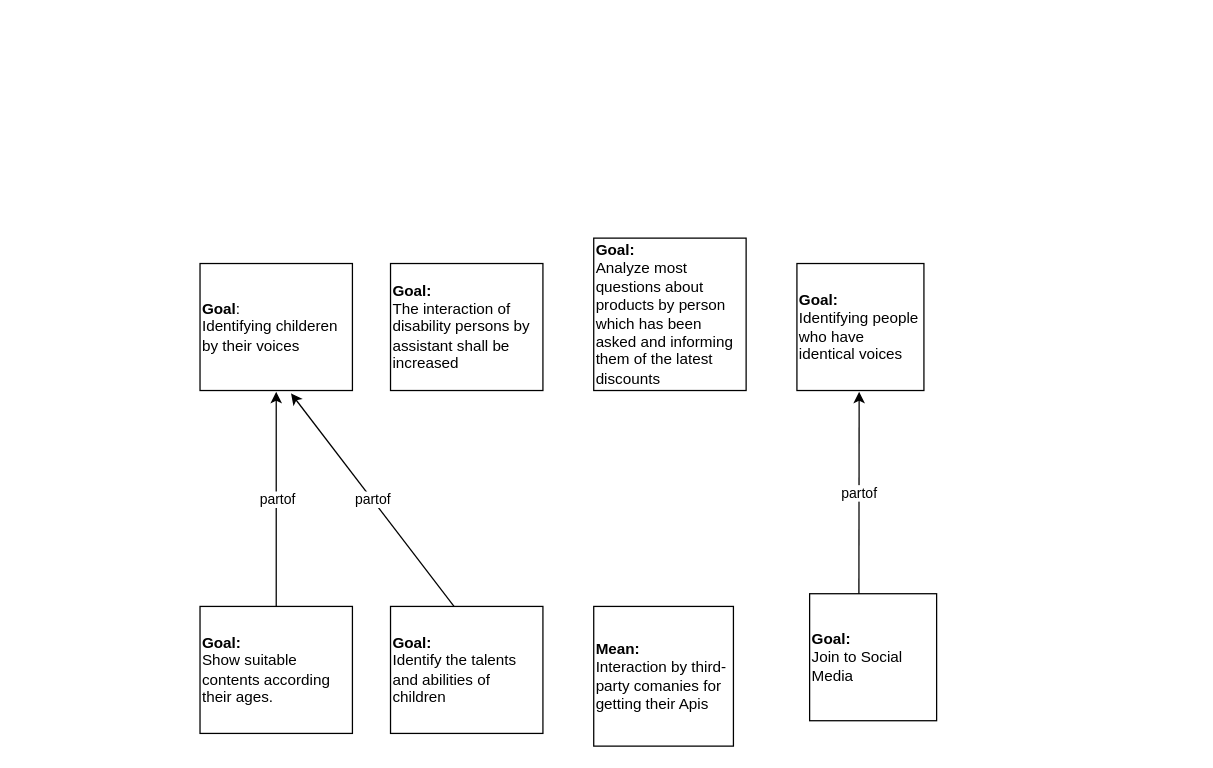
Earlier version of the draw.io diagram Untitled Diagram.drawio (fatemilg/ERP). Source tidied: cells renumbered, new cells numbered last; positions are measured from the earlier drawing's top-left corner, leaving out a move shared by most shapes. Both pictures are drawn from the tidied source at 127%, with x=0, y=0 at pixel (199, 237).
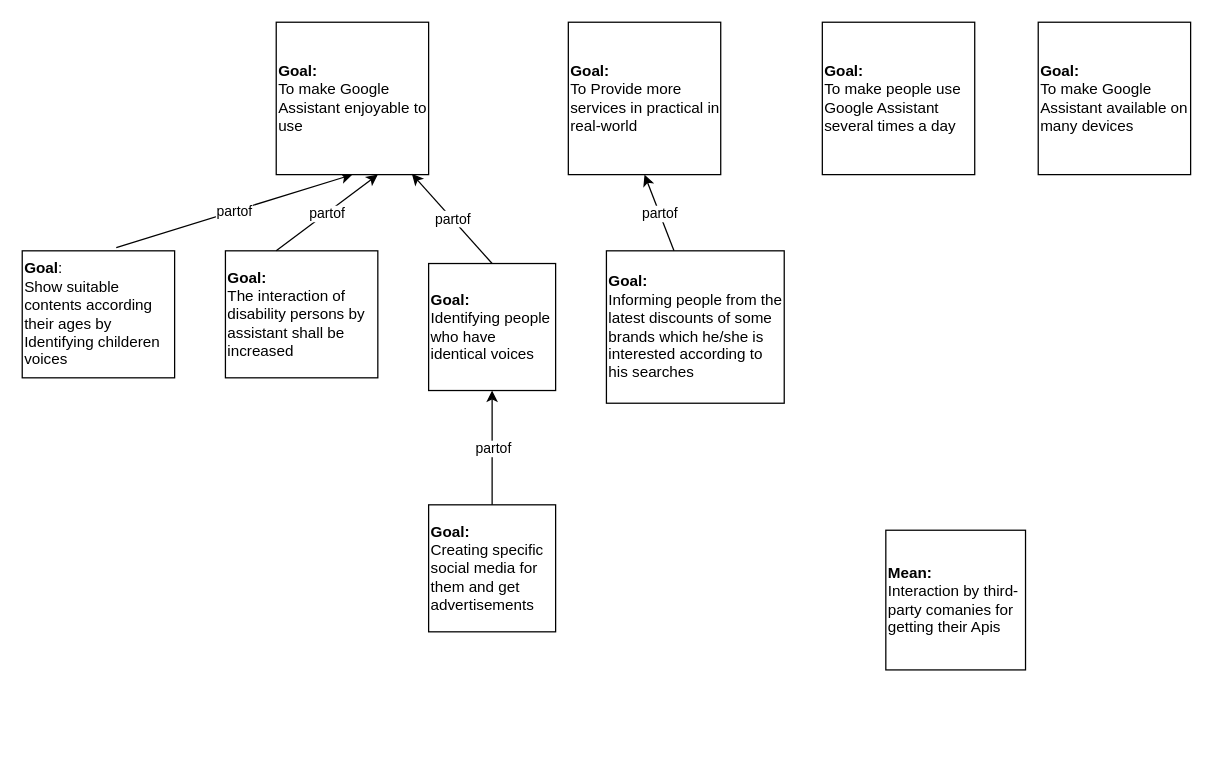
The same diagram, later.

Diff of the diagram source:
```diff
@@
-    <mxCell id="2" value="&lt;div&gt;&lt;b&gt;Goal&lt;/b&gt;:&lt;/div&gt;&lt;div&gt;&lt;span&gt;Identifying childeren by their voices&amp;nbsp;&lt;/span&gt;&lt;/div&gt;" style="rounded=0;whiteSpace=wrap;html=1;align=left;" parent="1" vertex="1">
-      <mxGeometry y="20" width="120" height="100" as="geometry" />
+    <mxCell id="2" value="&lt;div&gt;&lt;b&gt;Goal&lt;/b&gt;:&lt;/div&gt;Show suitable contents according their ages by&lt;div&gt;&lt;span&gt;Identifying childeren voices&amp;nbsp;&lt;/span&gt;&lt;/div&gt;" style="rounded=0;whiteSpace=wrap;html=1;align=left;" parent="1" vertex="1">
+      <mxGeometry x="-140" y="10" width="120" height="100" as="geometry" />
     </mxCell>
     <mxCell id="3" value="&lt;b&gt;Goal:&lt;/b&gt;&lt;br&gt;The interaction of disability persons by assistant shall be increased" style="rounded=0;whiteSpace=wrap;html=1;align=left;" parent="1" vertex="1">
-      <mxGeometry x="150" y="20" width="120" height="100" as="geometry" />
+      <mxGeometry x="20" y="10" width="120" height="100" as="geometry" />
     </mxCell>
-    <mxCell id="4" value="&lt;b&gt;Goal:&lt;br&gt;&lt;div&gt;&lt;span style=&quot;font-weight: normal&quot;&gt;Analyze most questions about products by person&amp;nbsp; which has been asked and informing them of the latest discounts&lt;/span&gt;&lt;/div&gt;&lt;/b&gt;" style="rounded=0;whiteSpace=wrap;html=1;align=left;" parent="1" vertex="1">
-      <mxGeometry x="310" width="120" height="120" as="geometry" />
+    <mxCell id="4" value="&lt;b&gt;Goal:&lt;/b&gt;&lt;br&gt;&lt;div&gt;Informing people from the latest discounts of some brands which he/she is interested according to his searches&lt;br&gt;&lt;/div&gt;" style="rounded=0;whiteSpace=wrap;html=1;align=left;" parent="1" vertex="1">
+      <mxGeometry x="320" y="10" width="140" height="120" as="geometry" />
     </mxCell>
     <mxCell id="5" value="&lt;b&gt;Goal:&lt;/b&gt;&lt;br&gt;&lt;div&gt;Identifying people who have identical voices&lt;br&gt;&lt;/div&gt;" style="whiteSpace=wrap;html=1;align=left;" parent="1" vertex="1">
-      <mxGeometry x="470" y="20" width="100" height="100" as="geometry" />
+      <mxGeometry x="180" y="20" width="100" height="100" as="geometry" />
     </mxCell>
     <mxCell id="6" value="&lt;b&gt;Mean:&lt;/b&gt;&lt;br&gt;Interaction by third-party comanies for getting their Apis" style="whiteSpace=wrap;html=1;align=left;" parent="1" vertex="1">
-      <mxGeometry x="310" y="290" width="110" height="110" as="geometry" />
+      <mxGeometry x="540" y="230" width="110" height="110" as="geometry" />
     </mxCell>
-    <mxCell id="7" value="&lt;b&gt;Goal:&lt;/b&gt;&lt;br&gt;&lt;div&gt;Join to Social Media&amp;nbsp;&lt;br&gt;&lt;/div&gt;" style="whiteSpace=wrap;html=1;align=left;" parent="1" vertex="1">
-      <mxGeometry x="480" y="280" width="100" height="100" as="geometry" />
+    <mxCell id="7" value="&lt;b&gt;Goal:&lt;/b&gt;&lt;br&gt;&lt;div&gt;Creating specific social media for them and get advertisements&lt;br&gt;&lt;/div&gt;" style="whiteSpace=wrap;html=1;align=left;" parent="1" vertex="1">
+      <mxGeometry x="180" y="210" width="100" height="100" as="geometry" />
     </mxCell>
-    <mxCell id="8" style="endArrow=classic;html=1;exitX=0.5;exitY=0;exitDx=0;exitDy=0;" parent="1" edge="1" source="10">
-      <mxGeometry relative="1" as="geometry">
-        <mxPoint x="60" y="121" as="targetPoint" />
-      </mxGeometry>
-    </mxCell>
-    <mxCell id="9" value="partof" style="edgeLabel;html=1;align=center;verticalAlign=middle;" parent="8" vertex="1">
-      <mxGeometry relative="1" as="geometry" />
-    </mxCell>
-    <mxCell id="10" value="&lt;b&gt;Goal:&lt;/b&gt;&lt;br&gt;Show suitable contents according their ages." style="rounded=0;whiteSpace=wrap;html=1;align=left;" parent="1" vertex="1">
-      <mxGeometry y="290" width="120" height="100" as="geometry" />
-    </mxCell>
-    <mxCell id="11" value="&lt;p style=&quot;line-height: 120%&quot;&gt;&lt;b&gt;Goal:&lt;/b&gt;&lt;br&gt;Identify the talents and abilities of children&lt;/p&gt;" style="rounded=0;whiteSpace=wrap;html=1;align=left;" parent="1" vertex="1">
-      <mxGeometry x="150" y="290" width="120" height="100" as="geometry" />
-    </mxCell>
-    <mxCell id="12" style="endArrow=classic;html=1;exitX=0.328;exitY=0.002;exitDx=0;exitDy=0;exitPerimeter=0;" parent="1" edge="1">
-      <mxGeometry relative="1" as="geometry">
-        <mxPoint x="518.8" y="280" as="sourcePoint" />
-        <mxPoint x="519" y="121" as="targetPoint" />
-      </mxGeometry>
+    <mxCell id="12" style="endArrow=classic;html=1;exitX=0.617;exitY=-0.026;exitDx=0;exitDy=0;exitPerimeter=0;entryX=0.5;entryY=1;entryDx=0;entryDy=0;" parent="1" edge="1" source="2" target="18">
+      <mxGeometry relative="1" as="geometry" />
     </mxCell>
@@
-    <mxCell id="14" style="endArrow=classic;html=1;exitX=0.328;exitY=0.002;exitDx=0;exitDy=0;exitPerimeter=0;entryX=0.597;entryY=1.022;entryDx=0;entryDy=0;entryPerimeter=0;" parent="1" edge="1" target="2">
-      <mxGeometry relative="1" as="geometry">
-        <mxPoint x="200" y="290" as="sourcePoint" />
-      </mxGeometry>
-    </mxCell>
-    <mxCell id="15" value="partof" style="edgeLabel;html=1;align=center;verticalAlign=middle;" parent="14" vertex="1">
-      <mxGeometry relative="1" as="geometry" />
-    </mxCell>
+    <mxCell id="16" value="&lt;b&gt;Goal:&lt;/b&gt;&lt;br&gt;&lt;div&gt;To make people use Google Assistant several times a day&lt;br&gt;&lt;/div&gt;" style="whiteSpace=wrap;html=1;align=left;" parent="1" vertex="1">
+      <mxGeometry x="490" y="-170" width="120" height="120" as="geometry" />
+    </mxCell>
+    <mxCell id="17" value="&lt;b&gt;Goal:&lt;/b&gt;&lt;br&gt;To make Google Assistant available on many devices" style="whiteSpace=wrap;html=1;align=left;" parent="1" vertex="1">
+      <mxGeometry x="660" y="-170" width="120" height="120" as="geometry" />
+    </mxCell>
+    <mxCell id="18" value="&lt;b&gt;Goal:&lt;/b&gt;&lt;br&gt;&lt;div&gt;To make Google Assistant enjoyable to use&lt;br&gt;&lt;/div&gt;" style="whiteSpace=wrap;html=1;align=left;" parent="1" vertex="1">
+      <mxGeometry x="60" y="-170" width="120" height="120" as="geometry" />
+    </mxCell>
+    <mxCell id="19" style="endArrow=classic;html=1;exitX=0.333;exitY=0;exitDx=0;exitDy=0;exitPerimeter=0;" parent="1" edge="1" source="3">
+      <mxGeometry relative="1" as="geometry">
+        <mxPoint x="140" y="-50" as="targetPoint" />
+      </mxGeometry>
+    </mxCell>
+    <mxCell id="20" value="partof" style="edgeLabel;html=1;align=center;verticalAlign=middle;" parent="19" vertex="1">
+      <mxGeometry relative="1" as="geometry" />
+    </mxCell>
+    <mxCell id="21" style="endArrow=classic;html=1;exitX=0.5;exitY=0;exitDx=0;exitDy=0;entryX=0.89;entryY=0.995;entryDx=0;entryDy=0;entryPerimeter=0;" parent="1" edge="1" source="5" target="18">
+      <mxGeometry relative="1" as="geometry" />
+    </mxCell>
+    <mxCell id="22" value="partof" style="edgeLabel;html=1;align=center;verticalAlign=middle;" parent="21" vertex="1">
+      <mxGeometry relative="1" as="geometry" />
+    </mxCell>
+    <mxCell id="23" value="&lt;b&gt;Goal:&lt;/b&gt;&lt;br&gt;&lt;div&gt;To Provide more services in practical in real-world&lt;br&gt;&lt;/div&gt;" style="whiteSpace=wrap;html=1;align=left;" parent="1" vertex="1">
+      <mxGeometry x="290" y="-170" width="120" height="120" as="geometry" />
+    </mxCell>
+    <mxCell id="24" style="endArrow=classic;html=1;exitX=0.5;exitY=0;exitDx=0;exitDy=0;entryX=0.5;entryY=1;entryDx=0;entryDy=0;" parent="1" edge="1" target="23">
+      <mxGeometry relative="1" as="geometry">
+        <mxPoint x="373.2" y="10" as="sourcePoint" />
+      </mxGeometry>
+    </mxCell>
+    <mxCell id="25" value="partof" style="edgeLabel;html=1;align=center;verticalAlign=middle;" parent="24" vertex="1">
+      <mxGeometry relative="1" as="geometry" />
+    </mxCell>
+    <mxCell id="26" style="endArrow=classic;html=1;exitX=0.5;exitY=0;exitDx=0;exitDy=0;entryX=0.5;entryY=1;entryDx=0;entryDy=0;" parent="1" edge="1" source="7" target="5">
+      <mxGeometry relative="1" as="geometry" />
+    </mxCell>
+    <mxCell id="27" value="partof" style="edgeLabel;html=1;align=center;verticalAlign=middle;" parent="26" vertex="1">
+      <mxGeometry relative="1" as="geometry" />
+    </mxCell>
```
